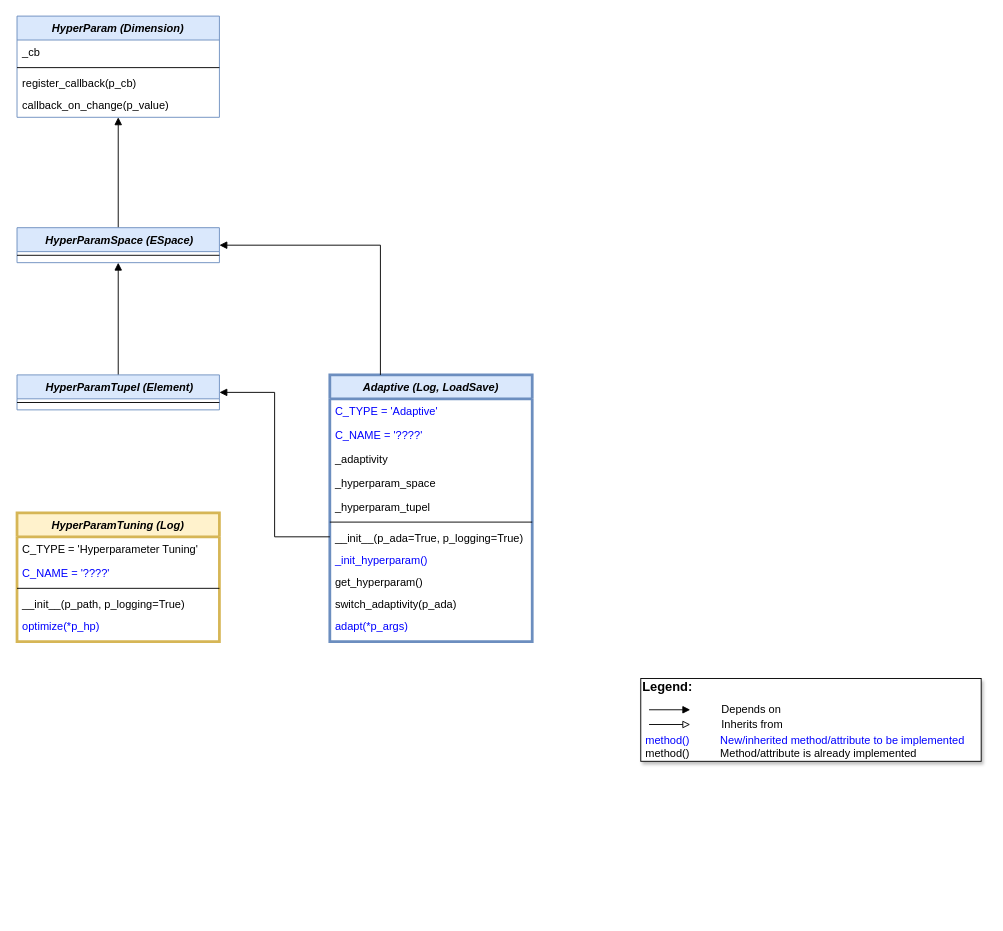
This is doc/bf/uml_ml.drawio from fhswf/MLPro, a draw.io file, before an edit. Source tidied: cells renumbered, new cells numbered last; positions are measured from the earlier drawing's top-left corner, leaving out a move shared by most shapes. Both pictures are drawn from the tidied source at 92%, with x=0, y=0 at pixel (17, 16).
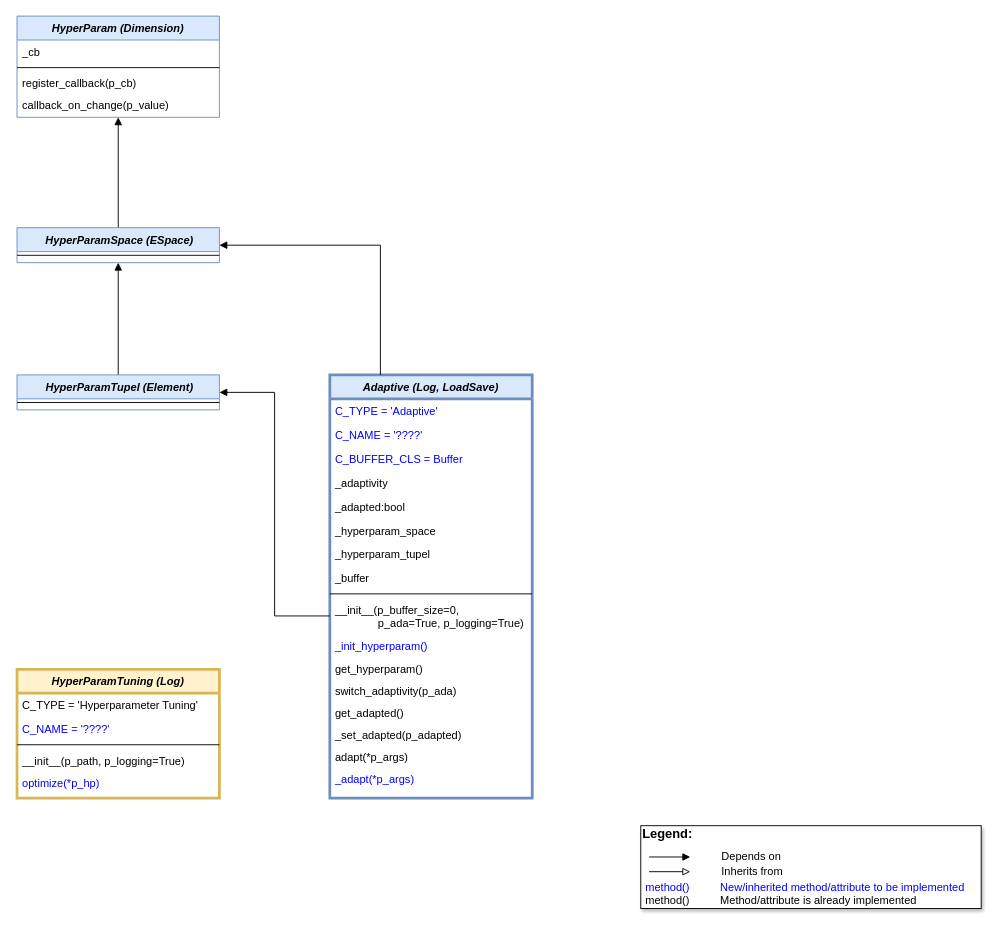
Above is the later version.

The edit, as a diff of the source:
```diff
@@
     <mxCell id="2" style="group;" parent="1" vertex="1">
-      <mxGeometry x="678" y="720" width="370" height="90" as="geometry" />
+      <mxGeometry x="678" y="880" width="370" height="90" as="geometry" />
     </mxCell>
@@
     <mxCell id="6" value="Adaptive (Log, LoadSave)" style="swimlane;fontStyle=3;align=center;verticalAlign=top;horizontal=1;startSize=26;rounded=0;shadow=0;strokeWidth=3;fillColor=#dae8fc;strokeColor=#6c8ebf;" parent="1" vertex="1">
-      <mxGeometry x="340" y="390" width="220" height="290" as="geometry" />
+      <mxGeometry x="340" y="390" width="220" height="460" as="geometry" />
     </mxCell>
@@
+    <mxCell id="37" value="C_BUFFER_CLS = Buffer" style="text;align=left;verticalAlign=top;spacingLeft=4;spacingRight=4;overflow=hidden;fontColor=#0000FF;" parent="6" vertex="1">
+      <mxGeometry y="78" width="220" height="26" as="geometry" />
+    </mxCell>
+    <mxCell id="38" value="_adaptivity" style="text;align=left;verticalAlign=top;spacingLeft=4;spacingRight=4;overflow=hidden;" parent="6" vertex="1">
+      <mxGeometry y="104" width="220" height="26" as="geometry" />
+    </mxCell>
-    <mxCell id="9" value="_adaptivity" style="text;align=left;verticalAlign=top;spacingLeft=4;spacingRight=4;overflow=hidden;" parent="6" vertex="1">
-      <mxGeometry y="78" width="220" height="26" as="geometry" />
+    <mxCell id="9" value="_adapted:bool" style="text;align=left;verticalAlign=top;spacingLeft=4;spacingRight=4;overflow=hidden;" parent="6" vertex="1">
+      <mxGeometry y="130" width="220" height="26" as="geometry" />
     </mxCell>
     <mxCell id="10" value="_hyperparam_space" style="text;align=left;verticalAlign=top;spacingLeft=4;spacingRight=4;overflow=hidden;" parent="6" vertex="1">
-      <mxGeometry y="104" width="220" height="26" as="geometry" />
+      <mxGeometry y="156" width="220" height="26" as="geometry" />
     </mxCell>
     <mxCell id="11" value="_hyperparam_tupel" style="text;align=left;verticalAlign=top;spacingLeft=4;spacingRight=4;overflow=hidden;" parent="6" vertex="1">
-      <mxGeometry y="130" width="220" height="26" as="geometry" />
+      <mxGeometry y="182" width="220" height="26" as="geometry" />
     </mxCell>
+    <mxCell id="39" value="_buffer" style="text;align=left;verticalAlign=top;spacingLeft=4;spacingRight=4;overflow=hidden;" parent="6" vertex="1">
+      <mxGeometry y="208" width="220" height="26" as="geometry" />
+    </mxCell>
     <mxCell id="12" style="line;html=1;strokeWidth=1;align=left;verticalAlign=middle;spacingTop=-1;spacingLeft=3;spacingRight=3;labelPosition=right;" parent="6" vertex="1">
-      <mxGeometry y="156" width="220" height="8" as="geometry" />
+      <mxGeometry y="234" width="220" height="8" as="geometry" />
     </mxCell>
-    <mxCell id="13" value="__init__(p_ada=True, p_logging=True)" style="text;align=left;verticalAlign=top;spacingLeft=4;spacingRight=4;overflow=hidden;points=[[0,0.5],[1,0.5]];portConstraint=eastwest;" parent="6" vertex="1">
-      <mxGeometry y="164" width="220" height="24" as="geometry" />
+    <mxCell id="13" value="__init__(p_buffer_size=0,&#10;              p_ada=True, p_logging=True)" style="text;align=left;verticalAlign=top;spacingLeft=4;spacingRight=4;overflow=hidden;points=[[0,0.5],[1,0.5]];portConstraint=eastwest;" parent="6" vertex="1">
+      <mxGeometry y="242" width="220" height="40" as="geometry" />
     </mxCell>
     <mxCell id="14" value="_init_hyperparam()" style="text;align=left;verticalAlign=top;spacingLeft=4;spacingRight=4;overflow=hidden;fontColor=#0000FF;" parent="6" vertex="1">
-      <mxGeometry y="188" width="220" height="24" as="geometry" />
+      <mxGeometry y="282" width="220" height="24" as="geometry" />
     </mxCell>
     <mxCell id="15" value="get_hyperparam()" style="text;align=left;verticalAlign=top;spacingLeft=4;spacingRight=4;overflow=hidden;" parent="6" vertex="1">
-      <mxGeometry y="212" width="220" height="24" as="geometry" />
+      <mxGeometry y="306" width="220" height="24" as="geometry" />
     </mxCell>
     <mxCell id="16" value="switch_adaptivity(p_ada)" style="text;align=left;verticalAlign=top;spacingLeft=4;spacingRight=4;overflow=hidden;" parent="6" vertex="1">
-      <mxGeometry y="236" width="220" height="24" as="geometry" />
+      <mxGeometry y="330" width="220" height="24" as="geometry" />
     </mxCell>
+    <mxCell id="40" value="get_adapted()" style="text;align=left;verticalAlign=top;spacingLeft=4;spacingRight=4;overflow=hidden;" parent="6" vertex="1">
+      <mxGeometry y="354" width="220" height="24" as="geometry" />
+    </mxCell>
+    <mxCell id="41" value="_set_adapted(p_adapted)" style="text;align=left;verticalAlign=top;spacingLeft=4;spacingRight=4;overflow=hidden;" parent="6" vertex="1">
+      <mxGeometry y="378" width="220" height="24" as="geometry" />
+    </mxCell>
-    <mxCell id="17" value="adapt(*p_args)" style="text;align=left;verticalAlign=top;spacingLeft=4;spacingRight=4;overflow=hidden;fontColor=#0000FF;" parent="6" vertex="1">
-      <mxGeometry y="260" width="220" height="24" as="geometry" />
+    <mxCell id="17" value="adapt(*p_args)" style="text;align=left;verticalAlign=top;spacingLeft=4;spacingRight=4;overflow=hidden;" parent="6" vertex="1">
+      <mxGeometry y="402" width="220" height="24" as="geometry" />
     </mxCell>
+    <mxCell id="42" value="_adapt(*p_args)" style="text;align=left;verticalAlign=top;spacingLeft=4;spacingRight=4;overflow=hidden;fontColor=#0000FF;" parent="6" vertex="1">
+      <mxGeometry y="426" width="220" height="24" as="geometry" />
+    </mxCell>
@@
     <mxCell id="31" value="HyperParamTuning (Log)" style="swimlane;fontStyle=3;align=center;verticalAlign=top;horizontal=1;startSize=26;rounded=0;shadow=0;strokeWidth=3;fillColor=#fff2cc;strokeColor=#d6b656;" parent="1" vertex="1">
-      <mxGeometry y="540" width="220" height="140" as="geometry" />
+      <mxGeometry y="710" width="220" height="140" as="geometry" />
     </mxCell>
```
